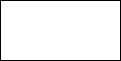
EndlessCheng/EndlessCheng keeps this draw.io diagram as 未命名绘图.drawio.png. Above is the earlier version. Source tidied: cells renumbered, new cells last; positions are measured from the earlier drawing's top-left corner, leaving out a move shared by most shapes.
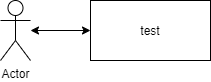
Above is the later version.

Commit message:
已添加 未命名绘图.drawio.png

The edit, as a diff of the source:
```diff
@@ -2,8 +2,14 @@
   <root>
     <mxCell id="0" />
     <mxCell id="1" parent="0" />
-    <mxCell id="2" style="rounded=0;whiteSpace=wrap;html=1;" parent="1" vertex="1">
+    <mxCell id="2" value="test" style="rounded=0;whiteSpace=wrap;html=1;" parent="1" vertex="1">
       <mxGeometry width="120" height="60" as="geometry" />
     </mxCell>
+    <mxCell id="3" style="endArrow=classic;startArrow=classic;html=1;rounded=0;exitX=0;exitY=0.5;exitDx=0;exitDy=0;" parent="1" edge="1" source="2" target="4">
+      <mxGeometry relative="1" as="geometry" />
+    </mxCell>
+    <mxCell id="4" value="Actor" style="shape=umlActor;verticalLabelPosition=bottom;verticalAlign=top;html=1;outlineConnect=0;" parent="1" vertex="1">
+      <mxGeometry x="-90" width="30" height="60" as="geometry" />
+    </mxCell>
   </root>
 </mxGraphModel>
```
